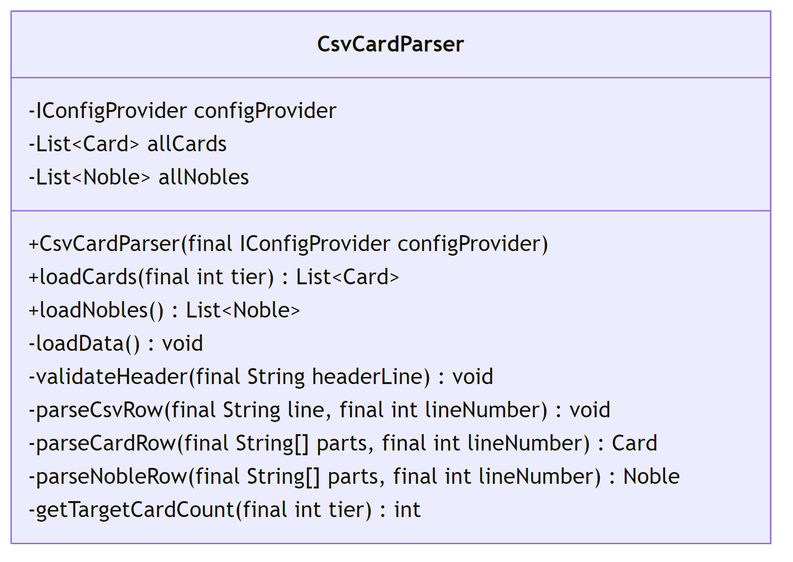
bryanseah234/playsplendor keeps this Mermaid diagram as docs/diagrams/mermaid/png/data_package.png. Above is the earlier version. Its source is kept beside it as docs/diagrams/mermaid/src/data_package.mmd.
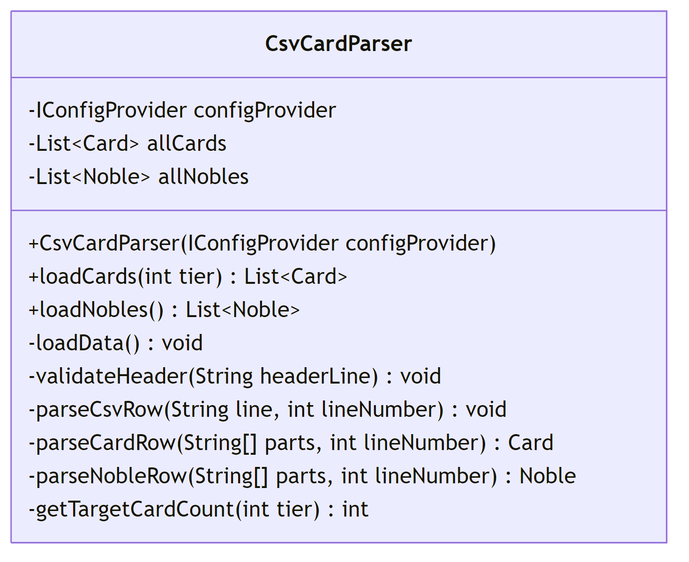
After the commit.

Change to the diagram source:
```diff
@@ -4,13 +4,13 @@
         -IConfigProvider configProvider
         -List~Card~ allCards
         -List~Noble~ allNobles
-        +CsvCardParser(final IConfigProvider configProvider)
-        +loadCards(final int tier) List~Card~
+        +CsvCardParser(IConfigProvider configProvider)
+        +loadCards(int tier) List~Card~
         +loadNobles() List~Noble~
         -loadData() void
-        -validateHeader(final String headerLine) void
-        -parseCsvRow(final String line, final int lineNumber) void
-        -parseCardRow(final String[] parts, final int lineNumber) Card
-        -parseNobleRow(final String[] parts, final int lineNumber) Noble
-        -getTargetCardCount(final int tier) int
+        -validateHeader(String headerLine) void
+        -parseCsvRow(String line, int lineNumber) void
+        -parseCardRow(String[] parts, int lineNumber) Card
+        -parseNobleRow(String[] parts, int lineNumber) Noble
+        -getTargetCardCount(int tier) int
     }
```
